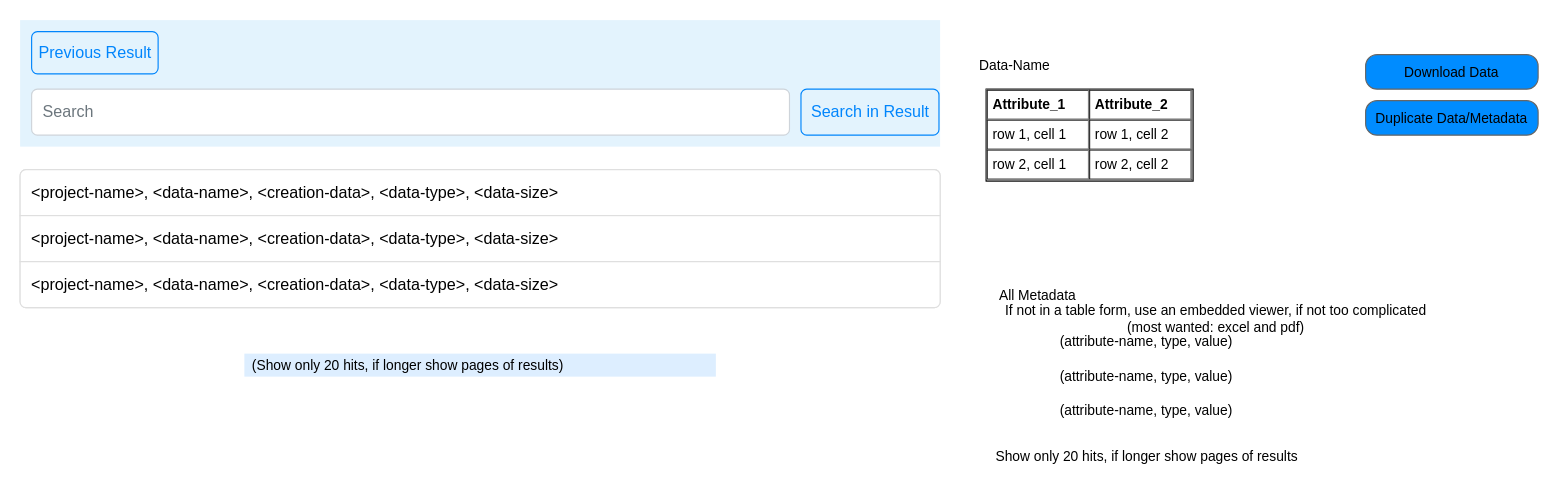
This is EsyDB/EsyDB_sw_p02.drawio from elghazi/drawings, a draw.io file, before an edit. Source tidied: cells renumbered, new cells numbered last; positions are measured from the earlier drawing's top-left corner, leaving out a move shared by most shapes. Both pictures are drawn from the tidied source at 115%, with x=0, y=0 at pixel (20, 20).
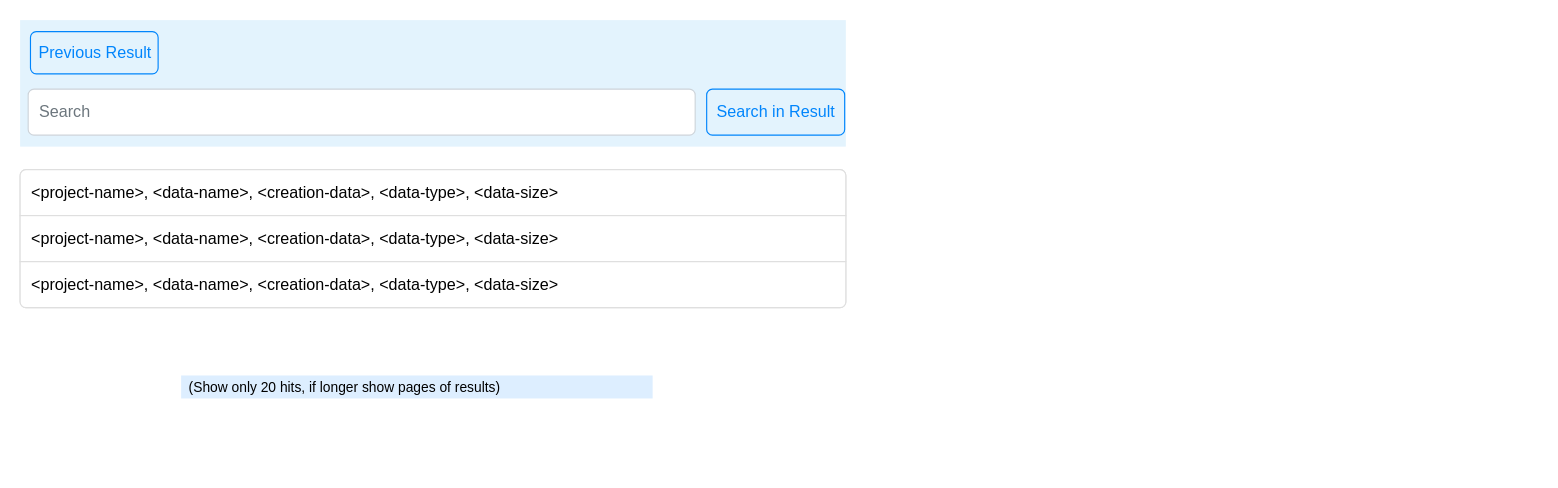
The same page after the edit.

The edit, as a diff of the source:
```diff
@@
-    <mxCell id="2" value="Data-Name" style="text;html=1;strokeColor=none;fillColor=none;align=center;verticalAlign=middle;whiteSpace=wrap;rounded=0;" parent="1" vertex="1">
-      <mxGeometry x="820" y="30" width="90" height="20" as="geometry" />
-    </mxCell>
-    <mxCell id="3" value="All Metadata" style="text;html=1;strokeColor=none;fillColor=none;align=center;verticalAlign=middle;whiteSpace=wrap;rounded=0;" parent="1" vertex="1">
-      <mxGeometry x="840" y="230" width="90" height="20" as="geometry" />
-    </mxCell>
-    <mxCell id="4" value="(attribute-name, type, value)" style="text;html=1;strokeColor=none;fillColor=none;align=center;verticalAlign=middle;whiteSpace=wrap;rounded=0;" parent="1" vertex="1">
-      <mxGeometry x="889" y="270" width="181" height="20" as="geometry" />
-    </mxCell>
-    <mxCell id="5" value="(attribute-name, type, value)" style="text;html=1;strokeColor=none;fillColor=none;align=center;verticalAlign=middle;whiteSpace=wrap;rounded=0;" parent="1" vertex="1">
-      <mxGeometry x="889" y="300" width="181" height="20" as="geometry" />
-    </mxCell>
-    <mxCell id="6" value="(attribute-name, type, value)" style="text;html=1;strokeColor=none;fillColor=none;align=center;verticalAlign=middle;whiteSpace=wrap;rounded=0;" parent="1" vertex="1">
-      <mxGeometry x="889" y="330" width="181" height="20" as="geometry" />
-    </mxCell>
-    <mxCell id="7" value="If not in a table form, use an embedded viewer, if not too complicated (most wanted: excel and pdf)" style="text;html=1;strokeColor=none;fillColor=none;align=center;verticalAlign=middle;whiteSpace=wrap;rounded=0;" parent="1" vertex="1">
-      <mxGeometry x="840" y="250" width="400" height="20" as="geometry" />
-    </mxCell>
-    <mxCell id="8" value="Show only 20 hits, if longer show pages of results" style="text;html=1;strokeColor=none;fillColor=none;align=center;verticalAlign=middle;whiteSpace=wrap;rounded=0;" parent="1" vertex="1">
-      <mxGeometry x="780" y="370" width="400" height="20" as="geometry" />
-    </mxCell>
     <mxCell id="9" value="&lt;div&gt;&lt;span style=&quot;color: rgb(0 , 0 , 0) ; font-size: 12px&quot;&gt;(Show only 20 hits, if longer show pages of results)&lt;/span&gt;&lt;/div&gt;" style="strokeWidth=1;shadow=0;dashed=0;align=center;html=1;shape=mxgraph.mockup.forms.rrect;rSize=0;fontSize=17;fontColor=#666666;align=left;spacingLeft=5;fillColor=#ddeeff;strokeColor=none;" parent="1" vertex="1">
-      <mxGeometry x="195" y="290" width="410" height="20" as="geometry" />
+      <mxGeometry x="140" y="309" width="410" height="20" as="geometry" />
     </mxCell>
-    <mxCell id="10" value="&lt;span style=&quot;color: rgb(0 , 0 , 0) ; font-size: 12px ; font-weight: 400&quot;&gt;Download Data&lt;/span&gt;" style="strokeWidth=1;shadow=0;dashed=0;align=center;html=1;shape=mxgraph.mockup.buttons.button;strokeColor=#666666;fontColor=#ffffff;mainText=;buttonStyle=round;fontSize=17;fontStyle=1;fillColor=#008cff;whiteSpace=wrap;" parent="1" vertex="1">
-      <mxGeometry x="1170" y="30" width="150" height="30" as="geometry" />
-    </mxCell>
@@
-    <mxCell id="12" value="&lt;font color=&quot;#000000&quot;&gt;&lt;span style=&quot;font-size: 12px ; font-weight: 400&quot;&gt;Duplicate Data/Metadata&lt;/span&gt;&lt;/font&gt;" style="strokeWidth=1;shadow=0;dashed=0;align=center;html=1;shape=mxgraph.mockup.buttons.button;strokeColor=#666666;fontColor=#ffffff;mainText=;buttonStyle=round;fontSize=17;fontStyle=1;fillColor=#008cff;whiteSpace=wrap;" parent="1" vertex="1">
-      <mxGeometry x="1170" y="70" width="150" height="30" as="geometry" />
-    </mxCell>
-    <mxCell id="13" value="&lt;table cellpadding=&quot;4&quot; cellspacing=&quot;0&quot; border=&quot;1&quot; style=&quot;font-size: 1em ; width: 100% ; height: 100%&quot;&gt;&lt;tbody&gt;&lt;tr&gt;&lt;th&gt;Attribute_1&lt;/th&gt;&lt;th&gt;Attribute_2&lt;/th&gt;&lt;/tr&gt;&lt;tr&gt;&lt;td&gt;row 1, cell 1&lt;/td&gt;&lt;td&gt;row 1, cell 2&lt;/td&gt;&lt;/tr&gt;&lt;tr&gt;&lt;td&gt;row 2, cell 1&lt;/td&gt;&lt;td&gt;row 2, cell 2&lt;/td&gt;&lt;/tr&gt;&lt;/tbody&gt;&lt;/table&gt; " style="verticalAlign=top;align=left;overflow=fill;fontSize=12;fontFamily=Helvetica;html=1;" parent="1" vertex="1">
-      <mxGeometry x="840" y="60" width="180" height="80" as="geometry" />
-    </mxCell>
     <mxCell id="14" style="html=1;shadow=0;dashed=0;fillColor=#E3F3FD;strokeColor=none;fontSize=16;fontColor=#161819;align=left;spacing=15;" parent="1" vertex="1">
-      <mxGeometry width="800" height="110" as="geometry" />
+      <mxGeometry width="718" height="110" as="geometry" />
     </mxCell>
@@
     <mxCell id="16" value="Search" style="html=1;shadow=0;dashed=0;shape=mxgraph.bootstrap.rrect;rSize=5;fontSize=14;fontColor=#6C767D;strokeColor=#CED4DA;fillColor=#ffffff;align=left;spacing=10;" parent="14" vertex="1">
-      <mxGeometry x="1" width="659" height="40" relative="1" as="geometry">
-        <mxPoint x="-790" y="60" as="offset" />
+      <mxGeometry x="1" width="580" height="40" relative="1" as="geometry">
+        <mxPoint x="-711" y="60" as="offset" />
       </mxGeometry>
     </mxCell>
     <mxCell id="17" value="Previous Result" style="html=1;shadow=0;dashed=0;shape=mxgraph.bootstrap.rrect;rSize=5;fontSize=14;fontColor=#0085FC;strokeColor=#0085FC;fillColor=none;" parent="14" vertex="1">
-      <mxGeometry x="10" y="10" width="110" height="36.7" as="geometry" />
+      <mxGeometry x="9" y="10" width="111" height="36.7" as="geometry" />
     </mxCell>
     <mxCell id="18" style="html=1;shadow=0;dashed=0;shape=mxgraph.bootstrap.rrect;rSize=5;strokeColor=#DFDFDF;html=1;whiteSpace=wrap;fillColor=#FFFFFF;fontColor=#000000;fontSize=14;" parent="1" vertex="1">
-      <mxGeometry y="130" width="800" height="120" as="geometry" />
+      <mxGeometry y="130" width="718" height="120" as="geometry" />
     </mxCell>
     <mxCell id="19" value="&lt;span style=&quot;text-align: center&quot;&gt;&lt;font style=&quot;font-size: 14px&quot;&gt;&amp;lt;project-name&amp;gt;, &amp;lt;data-name&amp;gt;, &amp;lt;creation-data&amp;gt;, &amp;lt;data-type&amp;gt;, &amp;lt;data-size&amp;gt;&lt;/font&gt;&lt;/span&gt;" style="strokeColor=inherit;fillColor=inherit;gradientColor=inherit;fontColor=inherit;html=1;shadow=0;dashed=0;shape=mxgraph.bootstrap.topButton;rSize=5;perimeter=none;whiteSpace=wrap;align=left;spacing=10;fontSize=14;" parent="18" vertex="1">
-      <mxGeometry width="800" height="40" relative="1" as="geometry" />
+      <mxGeometry width="718" height="40" relative="1" as="geometry" />
     </mxCell>
     <mxCell id="20" value="&lt;span style=&quot;text-align: center&quot;&gt;&amp;lt;project-name&amp;gt;, &amp;lt;data-name&amp;gt;, &amp;lt;creation-data&amp;gt;, &amp;lt;data-type&amp;gt;, &amp;lt;data-size&amp;gt;&lt;/span&gt;" style="strokeColor=inherit;fillColor=inherit;gradientColor=inherit;fontColor=inherit;html=1;shadow=0;dashed=0;perimeter=none;whiteSpace=wrap;align=left;spacing=10;fontSize=14;" parent="18" vertex="1">
-      <mxGeometry width="800" height="40" relative="1" as="geometry">
+      <mxGeometry width="718" height="40" relative="1" as="geometry">
         <mxPoint y="40" as="offset" />
       </mxGeometry>
     </mxCell>
     <mxCell id="21" value="&lt;span style=&quot;text-align: center&quot;&gt;&amp;lt;project-name&amp;gt;, &amp;lt;data-name&amp;gt;, &amp;lt;creation-data&amp;gt;, &amp;lt;data-type&amp;gt;, &amp;lt;data-size&amp;gt;&lt;/span&gt;" style="strokeColor=inherit;fillColor=inherit;gradientColor=inherit;fontColor=inherit;html=1;shadow=0;dashed=0;shape=mxgraph.bootstrap.bottomButton;rSize=5;perimeter=none;whiteSpace=wrap;align=left;spacing=10;fontSize=14;" parent="18" vertex="1">
-      <mxGeometry y="1" width="800" height="40" relative="1" as="geometry">
+      <mxGeometry y="1" width="718" height="40" relative="1" as="geometry">
         <mxPoint y="-40" as="offset" />
       </mxGeometry>
     </mxCell>
```
